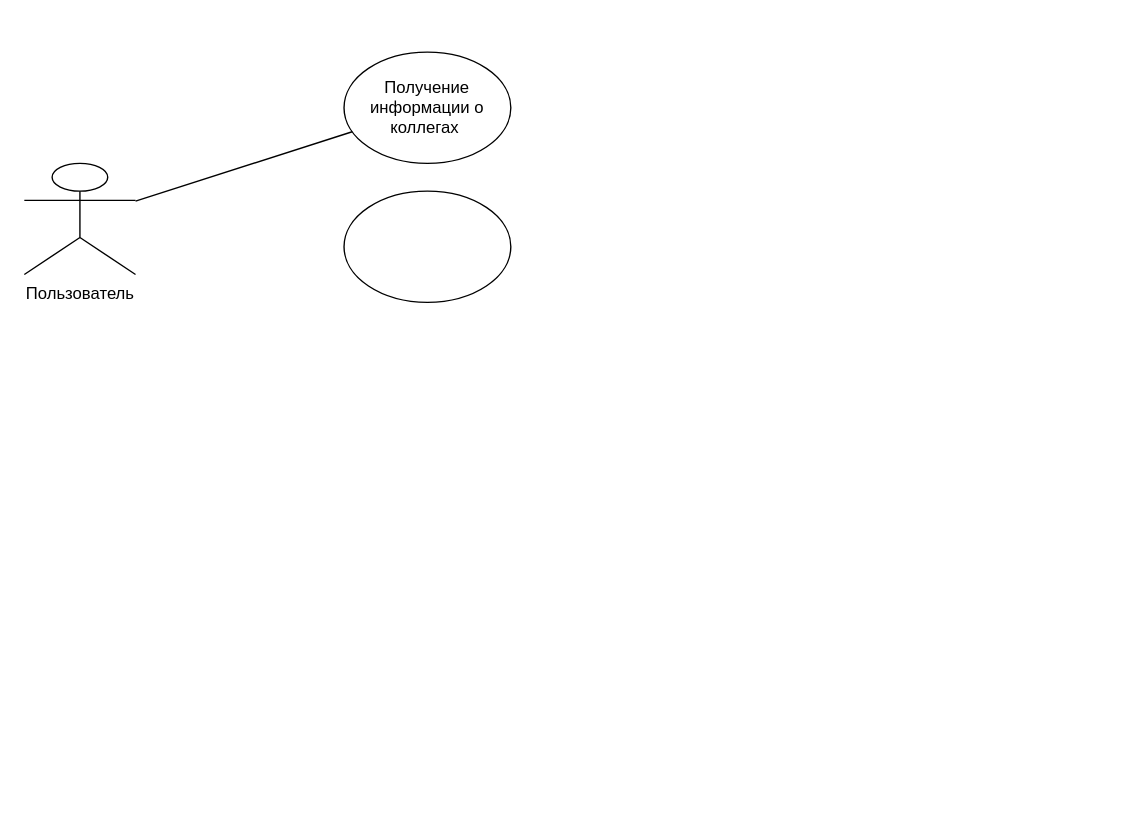
Above: Description/IntegrationTelegram/IntegrationTelegram_User.drawio in Fox5113/corporate-social-system (draw.io), before the change. Source tidied: cells renumbered, new cells numbered last; positions are measured from the earlier drawing's top-left corner, leaving out a move shared by most shapes. Both pictures are drawn from the tidied source at 139%, with x=0, y=0 at pixel (24, 51).
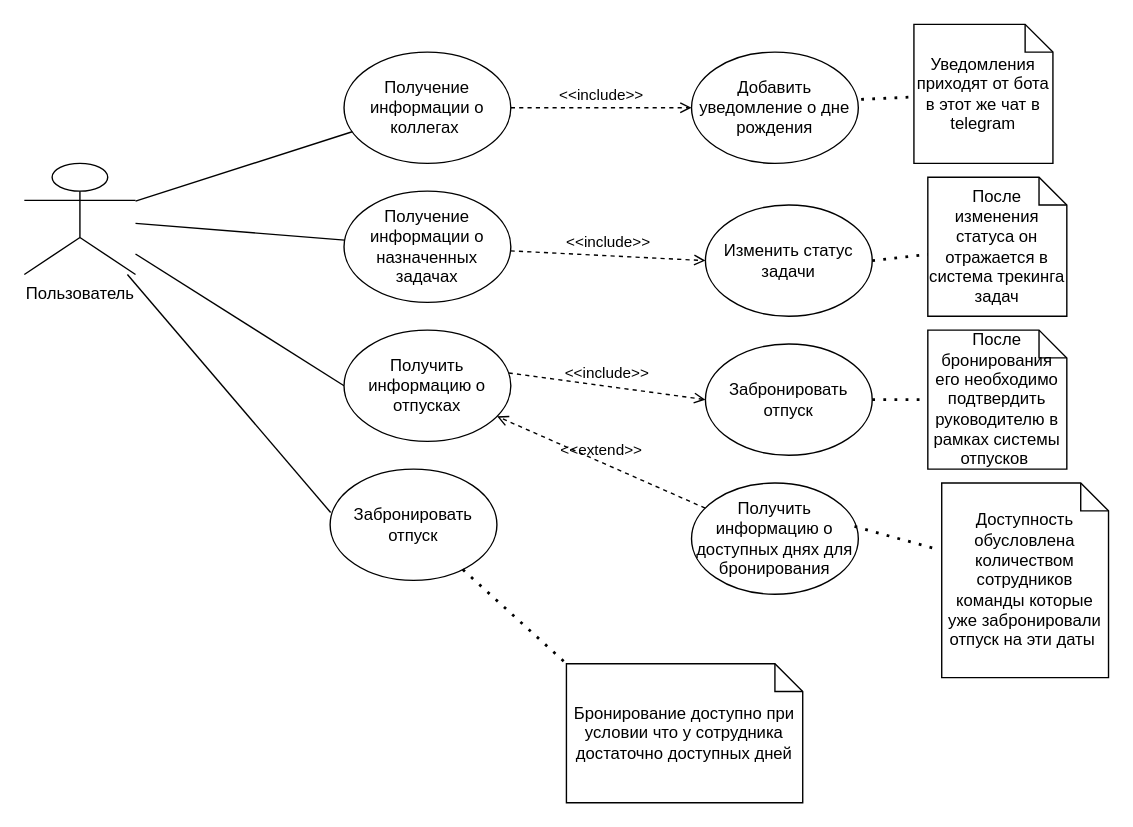
Above is the later version.

Commit message:
Добавлена use case Интеграции с телеграм

The change refers to these unchanged cells:
```xml
<mxCell id="2" value="Пользователь" style="shape=umlActor;verticalLabelPosition=bottom;verticalAlign=top;html=1;outlineConnect=0;" parent="1" vertex="1">
  <mxGeometry y="80" width="80" height="80" as="geometry" />
</mxCell>
<mxCell id="3" value="Получение информации о коллегах&amp;nbsp;" style="ellipse;whiteSpace=wrap;html=1;" parent="1" vertex="1">
  <mxGeometry x="230" width="120" height="80" as="geometry" />
</mxCell>
```

Change to the diagram source:
```diff
@@
-    <mxCell id="5" style="ellipse;whiteSpace=wrap;html=1;" parent="1" vertex="1">
+    <mxCell id="5" value="Получение информации о назначенных задачах" style="ellipse;whiteSpace=wrap;html=1;" parent="1" vertex="1">
       <mxGeometry x="230" y="100" width="120" height="80" as="geometry" />
     </mxCell>
+    <mxCell id="6" style="endArrow=none;html=1;rounded=0;" parent="1" edge="1" source="2" target="5">
+      <mxGeometry relative="1" as="geometry" />
+    </mxCell>
+    <mxCell id="7" style="endArrow=none;html=1;rounded=0;entryX=0;entryY=0.5;entryDx=0;entryDy=0;" parent="1" edge="1" source="2" target="8">
+      <mxGeometry relative="1" as="geometry" />
+    </mxCell>
+    <mxCell id="8" value="Получить информацию о отпусках" style="ellipse;whiteSpace=wrap;html=1;" parent="1" vertex="1">
+      <mxGeometry x="230" y="200" width="120" height="80" as="geometry" />
+    </mxCell>
+    <mxCell id="9" value="Забронировать отпуск" style="ellipse;whiteSpace=wrap;html=1;" parent="1" vertex="1">
+      <mxGeometry x="490" y="210" width="120" height="80" as="geometry" />
+    </mxCell>
+    <mxCell id="10" value="&amp;lt;&amp;lt;include&amp;gt;&amp;gt;" style="html=1;verticalAlign=bottom;labelBackgroundColor=none;endArrow=open;endFill=0;dashed=1;rounded=0;exitX=0.987;exitY=0.385;exitDx=0;exitDy=0;exitPerimeter=0;entryX=0;entryY=0.5;entryDx=0;entryDy=0;" parent="1" edge="1" source="8" target="9">
+      <mxGeometry relative="1" as="geometry" />
+    </mxCell>
+    <mxCell id="11" value="&amp;lt;&amp;lt;include&amp;gt;&amp;gt;" style="html=1;verticalAlign=bottom;labelBackgroundColor=none;endArrow=open;endFill=0;dashed=1;rounded=0;entryX=0;entryY=0.5;entryDx=0;entryDy=0;" parent="1" edge="1" source="3" target="12">
+      <mxGeometry relative="1" as="geometry" />
+    </mxCell>
+    <mxCell id="12" value="Добавить уведомление о дне рождения" style="ellipse;whiteSpace=wrap;html=1;" parent="1" vertex="1">
+      <mxGeometry x="480" width="120" height="80" as="geometry" />
+    </mxCell>
+    <mxCell id="13" value="Изменить статус задачи" style="ellipse;whiteSpace=wrap;html=1;" parent="1" vertex="1">
+      <mxGeometry x="490" y="110" width="120" height="80" as="geometry" />
+    </mxCell>
+    <mxCell id="14" value="&amp;lt;&amp;lt;include&amp;gt;&amp;gt;" style="html=1;verticalAlign=bottom;labelBackgroundColor=none;endArrow=open;endFill=0;dashed=1;rounded=0;entryX=0;entryY=0.5;entryDx=0;entryDy=0;" parent="1" edge="1" source="5" target="13">
+      <mxGeometry relative="1" as="geometry" />
+    </mxCell>
+    <mxCell id="15" value="Получить информацию о доступных днях для бронирования" style="ellipse;whiteSpace=wrap;html=1;" parent="1" vertex="1">
+      <mxGeometry x="480" y="310" width="120" height="80" as="geometry" />
+    </mxCell>
+    <mxCell id="16" value="&amp;lt;&amp;lt;extend&amp;gt;&amp;gt;" style="html=1;verticalAlign=bottom;labelBackgroundColor=none;endArrow=open;endFill=0;dashed=1;rounded=0;" parent="1" edge="1" source="15" target="8">
+      <mxGeometry relative="1" as="geometry" />
+    </mxCell>
+    <mxCell id="17" value="Забронировать отпуск" style="ellipse;whiteSpace=wrap;html=1;" parent="1" vertex="1">
+      <mxGeometry x="220" y="300" width="120" height="80" as="geometry" />
+    </mxCell>
+    <mxCell id="18" style="endArrow=none;html=1;rounded=0;entryX=0.003;entryY=0.39;entryDx=0;entryDy=0;entryPerimeter=0;" parent="1" edge="1" source="2" target="17">
+      <mxGeometry relative="1" as="geometry" />
+    </mxCell>
+    <mxCell id="19" style="endArrow=none;dashed=1;html=1;dashPattern=1 3;strokeWidth=2;rounded=0;entryX=0;entryY=0;entryDx=0;entryDy=0;entryPerimeter=0;" parent="1" edge="1" source="17" target="20">
+      <mxGeometry relative="1" as="geometry" />
+    </mxCell>
+    <mxCell id="20" value="Бронирование доступно при условии что у сотрудника достаточно доступных дней" style="shape=note;size=20;whiteSpace=wrap;html=1;" parent="1" vertex="1">
+      <mxGeometry x="390" y="440" width="170" height="100" as="geometry" />
+    </mxCell>
+    <mxCell id="21" value="Доступность обусловлена количеством сотрудников команды которые уже забронировали отпуск на эти даты&amp;nbsp;" style="shape=note;size=20;whiteSpace=wrap;html=1;" parent="1" vertex="1">
+      <mxGeometry x="660" y="310" width="120" height="140" as="geometry" />
+    </mxCell>
+    <mxCell id="22" style="endArrow=none;dashed=1;html=1;dashPattern=1 3;strokeWidth=2;rounded=0;exitX=0.977;exitY=0.39;exitDx=0;exitDy=0;exitPerimeter=0;entryX=-0.012;entryY=0.344;entryDx=0;entryDy=0;entryPerimeter=0;" parent="1" edge="1" source="15" target="21">
+      <mxGeometry relative="1" as="geometry" />
+    </mxCell>
+    <mxCell id="23" value="После бронирования его необходимо подтвердить руководителю в рамках системы отпусков&amp;nbsp;" style="shape=note;size=20;whiteSpace=wrap;html=1;" parent="1" vertex="1">
+      <mxGeometry x="650" y="200" width="100" height="100" as="geometry" />
+    </mxCell>
+    <mxCell id="24" style="endArrow=none;dashed=1;html=1;dashPattern=1 3;strokeWidth=2;rounded=0;exitX=1;exitY=0.5;exitDx=0;exitDy=0;" parent="1" edge="1" source="9" target="23">
+      <mxGeometry relative="1" as="geometry" />
+    </mxCell>
+    <mxCell id="25" value="После изменения статуса он отражается в система трекинга задач" style="shape=note;size=20;whiteSpace=wrap;html=1;" parent="1" vertex="1">
+      <mxGeometry x="650" y="90" width="100" height="100" as="geometry" />
+    </mxCell>
+    <mxCell id="26" style="endArrow=none;dashed=1;html=1;dashPattern=1 3;strokeWidth=2;rounded=0;exitX=1;exitY=0.5;exitDx=0;exitDy=0;" parent="1" edge="1" source="13" target="25">
+      <mxGeometry relative="1" as="geometry" />
+    </mxCell>
+    <mxCell id="27" value="Уведомления приходят от бота в этот же чат в telegram" style="shape=note;size=20;whiteSpace=wrap;html=1;" parent="1" vertex="1">
+      <mxGeometry x="640" y="-20" width="100" height="100" as="geometry" />
+    </mxCell>
+    <mxCell id="28" style="endArrow=none;dashed=1;html=1;dashPattern=1 3;strokeWidth=2;rounded=0;exitX=1.017;exitY=0.425;exitDx=0;exitDy=0;exitPerimeter=0;" parent="1" edge="1" source="12" target="27">
+      <mxGeometry relative="1" as="geometry" />
+    </mxCell>
```
